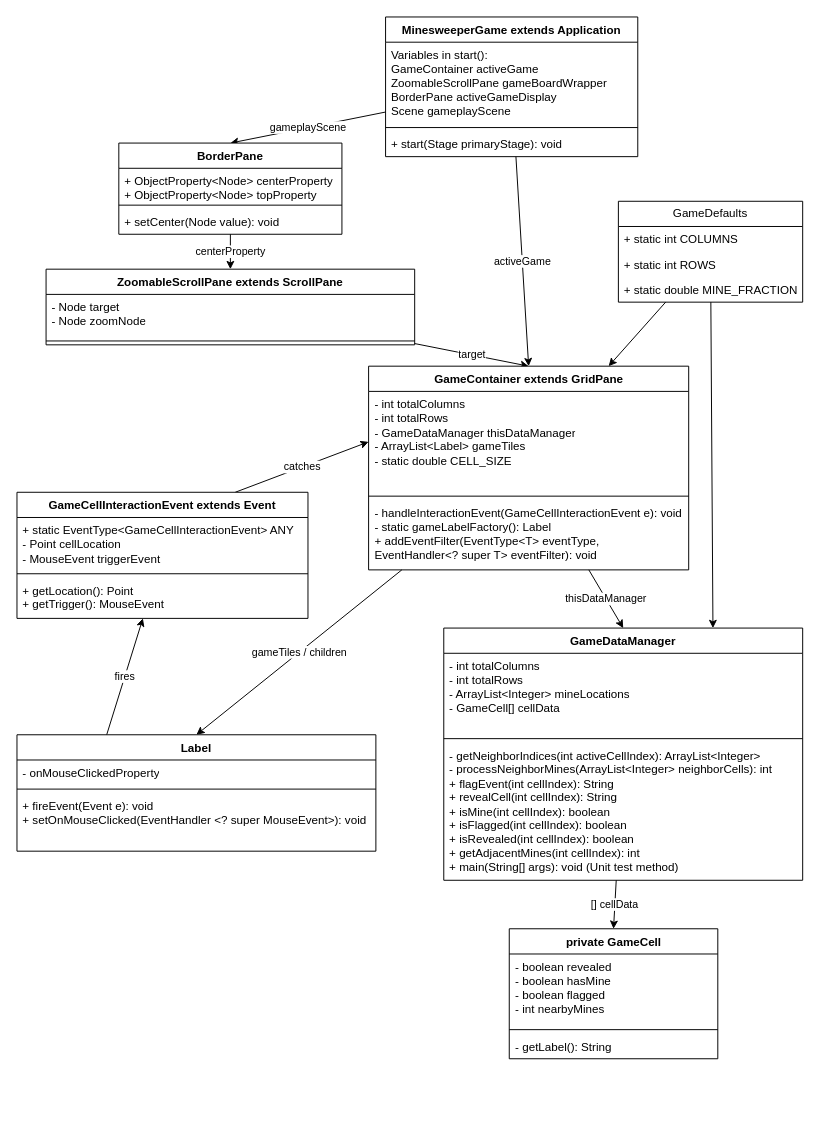
This is page "Program Objects" (1 of 2) of docs/minesweeperfx.drawio from ambertia/MinesweeperFX, a draw.io file, before an edit. Source tidied: cells renumbered, new cells numbered last; positions are measured from the earlier drawing's top-left corner, leaving out a move shared by most shapes. Both pictures are drawn from the tidied source at 97%, with x=0, y=0 at pixel (16, -337).
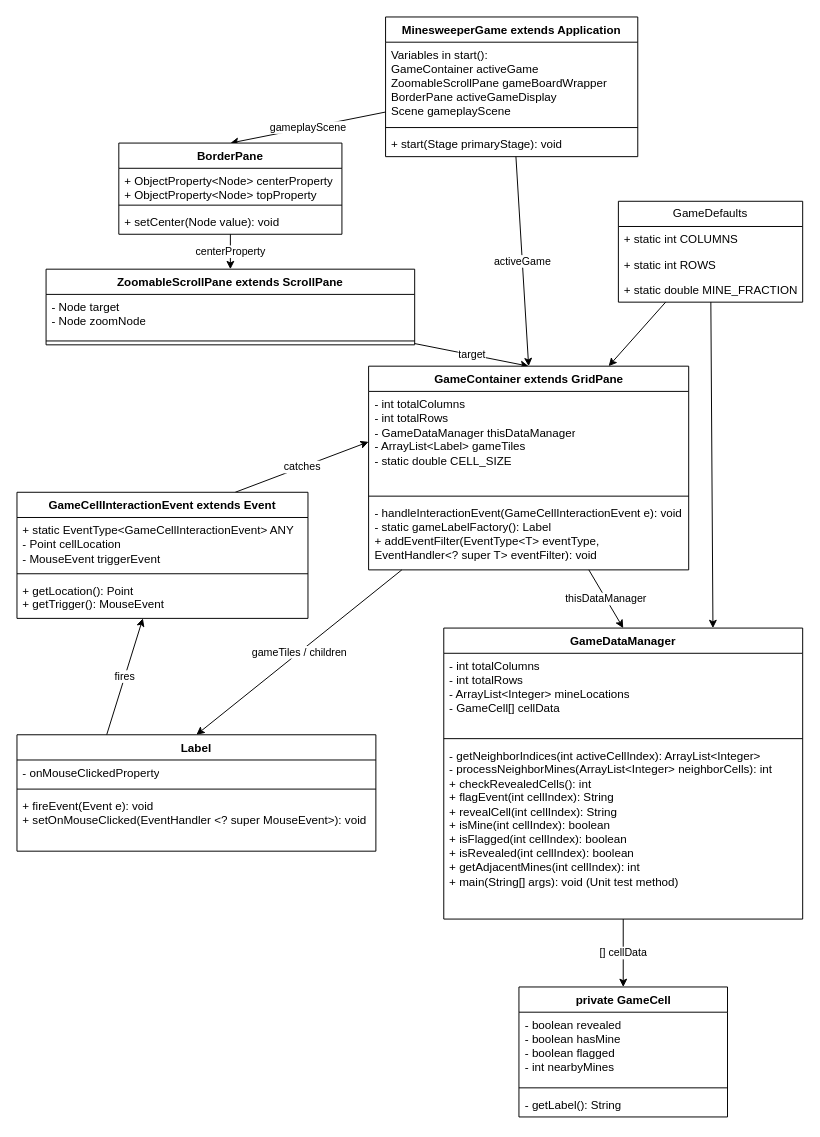
After the change.

Change to the diagram source:
```diff
@@
     <mxCell id="27" value="GameDataManager" style="swimlane;fontStyle=1;align=center;verticalAlign=top;horizontal=1;startSize=26;whiteSpace=wrap;html=1;" parent="1" vertex="1">
-      <mxGeometry x="440" y="994" width="370" height="260" as="geometry" />
+      <mxGeometry x="440" y="994" width="370" height="300" as="geometry" />
     </mxCell>
@@
-    <mxCell id="30" value="- getNeighborIndices(int activeCellIndex): ArrayList&amp;lt;Integer&amp;gt;&lt;br&gt;- processNeighborMines(ArrayList&amp;lt;Integer&amp;gt; neighborCells): int&lt;br&gt;+ flagEvent(int cellIndex): String&lt;br&gt;+ revealCell(int cellIndex): String&lt;br&gt;+ isMine(int cellIndex): boolean&lt;br&gt;+ isFlagged(int cellIndex): boolean&lt;br&gt;+ isRevealed(int cellIndex): boolean&lt;br&gt;+ getAdjacentMines(int cellIndex): int&lt;br&gt;+ main(String[] args): void (Unit test method)" style="text;strokeColor=none;fillColor=none;align=left;verticalAlign=top;spacingLeft=4;spacingRight=4;overflow=hidden;whiteSpace=wrap;html=1;" parent="27" vertex="1">
-      <mxGeometry y="118" width="370" height="142" as="geometry" />
+    <mxCell id="30" value="- getNeighborIndices(int activeCellIndex): ArrayList&amp;lt;Integer&amp;gt;&lt;br&gt;- processNeighborMines(ArrayList&amp;lt;Integer&amp;gt; neighborCells): int&lt;br&gt;+ checkRevealedCells(): int&lt;br&gt;+ flagEvent(int cellIndex): String&lt;br&gt;+ revealCell(int cellIndex): String&lt;br&gt;+ isMine(int cellIndex): boolean&lt;br&gt;+ isFlagged(int cellIndex): boolean&lt;br&gt;+ isRevealed(int cellIndex): boolean&lt;br&gt;+ getAdjacentMines(int cellIndex): int&lt;br&gt;+ main(String[] args): void (Unit test method)" style="text;strokeColor=none;fillColor=none;align=left;verticalAlign=top;spacingLeft=4;spacingRight=4;overflow=hidden;whiteSpace=wrap;html=1;" parent="27" vertex="1">
+      <mxGeometry y="118" width="370" height="182" as="geometry" />
     </mxCell>
@@
     <mxCell id="41" value="private GameCell" style="swimlane;fontStyle=1;align=center;verticalAlign=top;horizontal=1;startSize=26;whiteSpace=wrap;html=1;" parent="1" vertex="1">
-      <mxGeometry x="507.5" y="1304" width="215" height="134" as="geometry" />
+      <mxGeometry x="517.5" y="1364" width="215" height="134" as="geometry" />
     </mxCell>
```
